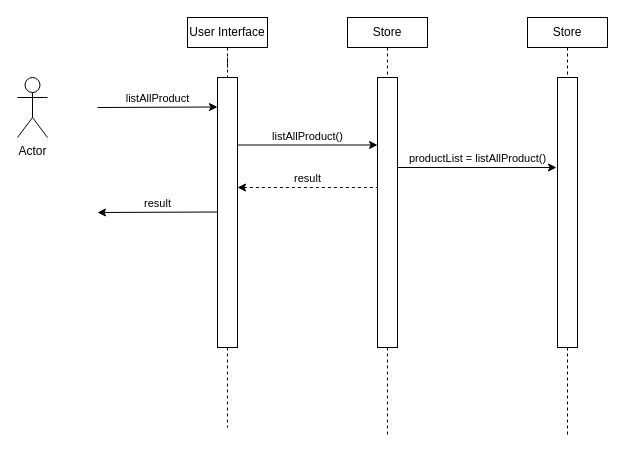
The draw.io diagram Doc/Sequence Diagrams/Diagram 12.drawio in vinnyyo/GroupProject1, before the edit. Source tidied: cells renumbered, new cells numbered last; positions are measured from the earlier drawing's top-left corner, leaving out a move shared by most shapes. Both pictures are drawn from the tidied source at 100%, with x=0, y=0 at pixel (17, 17).
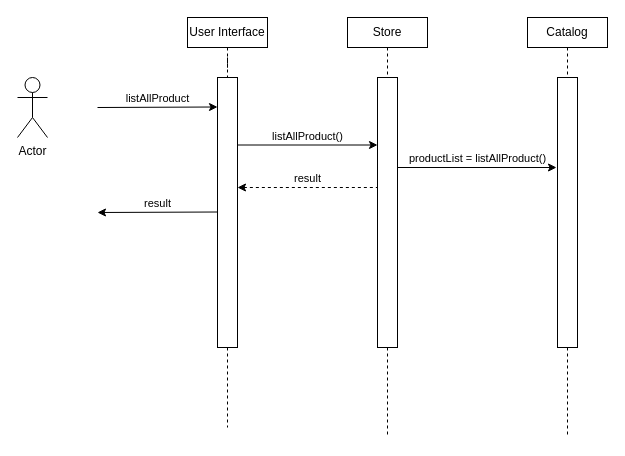
The same diagram, later.

Change to the diagram source:
```diff
@@
-    <mxCell id="14" value="Store" style="rounded=0;whiteSpace=wrap;html=1;" parent="1" vertex="1">
+    <mxCell id="14" value="Catalog" style="rounded=0;whiteSpace=wrap;html=1;" parent="1" vertex="1">
       <mxGeometry x="510" width="80" height="30" as="geometry" />
     </mxCell>
```
